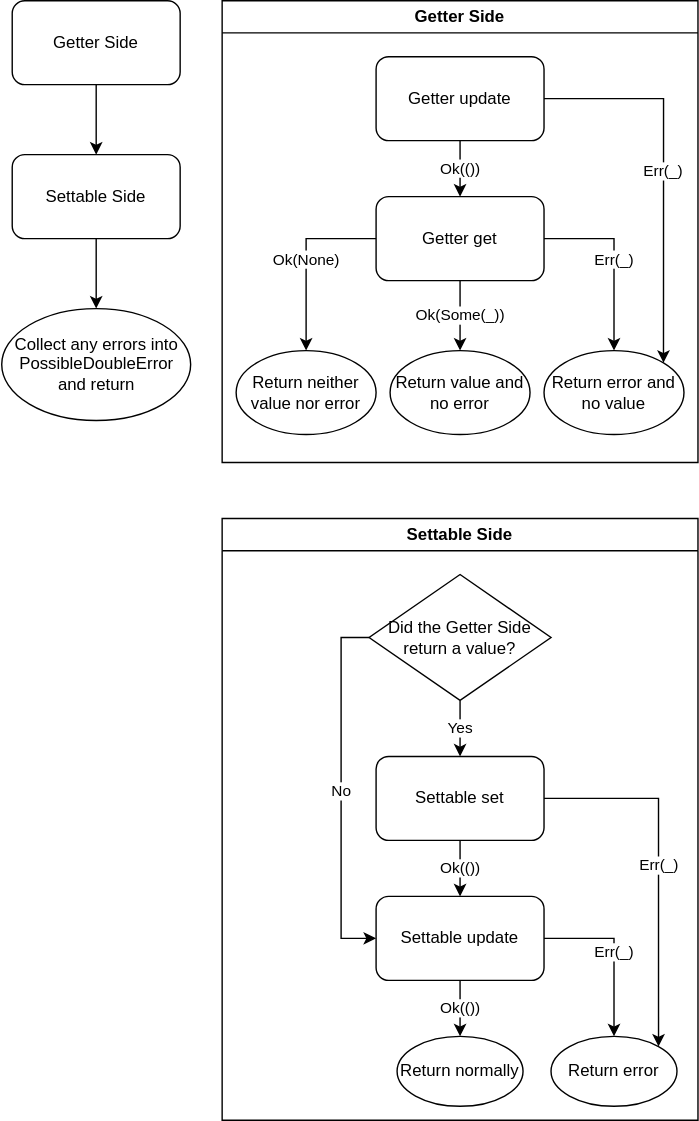
The draw.io diagram feeder-flowchart-2.svg in UxuginPython/rrtk, before a commit. Source tidied: cells renumbered, new cells last; positions are measured from the earlier drawing's top-left corner, leaving out a move shared by most shapes.
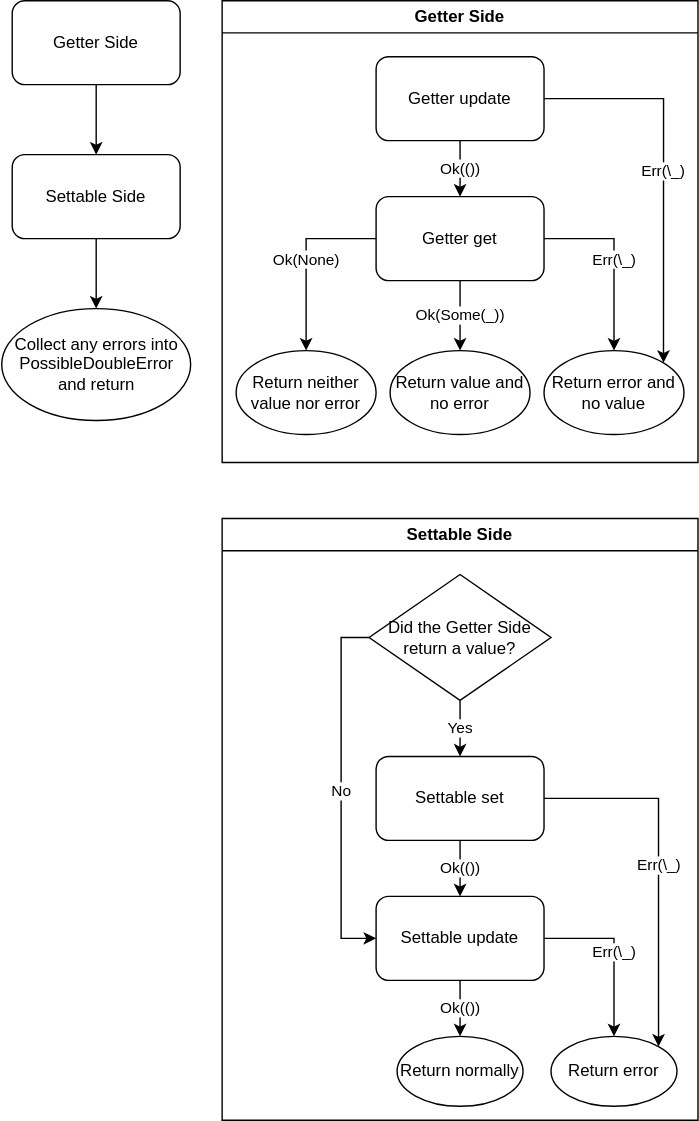
After the commit.

Commit message:
fix rendering that svg by escaping some _s

Change to the diagram source:
```diff
@@ -8,13 +8,13 @@
     <mxCell id="3" value="Ok(())" style="edgeStyle=orthogonalEdgeStyle;rounded=0;jettySize=auto;html=1;" parent="2" edge="1" source="5" target="9">
       <mxGeometry relative="1" as="geometry" />
     </mxCell>
-    <mxCell id="4" value="Err(_)" style="edgeStyle=orthogonalEdgeStyle;rounded=0;jettySize=auto;html=1;exitX=1;exitY=0.5;exitDx=0;exitDy=0;entryX=1;entryY=0;entryDx=0;entryDy=0;" parent="2" edge="1" source="5" target="10">
+    <mxCell id="4" value="Err(\_)" style="edgeStyle=orthogonalEdgeStyle;rounded=0;jettySize=auto;html=1;exitX=1;exitY=0.5;exitDx=0;exitDy=0;entryX=1;entryY=0;entryDx=0;entryDy=0;" parent="2" edge="1" source="5" target="10">
       <mxGeometry relative="1" as="geometry" />
     </mxCell>
     <mxCell id="5" value="Getter update" style="rounded=1;whiteSpace=wrap;html=1;" parent="2" vertex="1">
       <mxGeometry x="110" y="40" width="120" height="60" as="geometry" />
     </mxCell>
-    <mxCell id="6" value="Err(_)" style="edgeStyle=orthogonalEdgeStyle;rounded=0;jettySize=auto;html=1;exitX=1;exitY=0.5;exitDx=0;exitDy=0;entryX=0.5;entryY=0;entryDx=0;entryDy=0;" parent="2" edge="1" source="9" target="10">
+    <mxCell id="6" value="Err(\_)" style="edgeStyle=orthogonalEdgeStyle;rounded=0;jettySize=auto;html=1;exitX=1;exitY=0.5;exitDx=0;exitDy=0;entryX=0.5;entryY=0;entryDx=0;entryDy=0;" parent="2" edge="1" source="9" target="10">
       <mxGeometry relative="1" as="geometry" />
     </mxCell>
     <mxCell id="7" value="Ok(Some(_))" style="edgeStyle=orthogonalEdgeStyle;rounded=0;jettySize=auto;html=1;exitX=0.5;exitY=1;exitDx=0;exitDy=0;entryX=0.5;entryY=0;entryDx=0;entryDy=0;" parent="2" edge="1" source="9" target="12">
@@ -47,7 +47,7 @@
     <mxCell id="16" value="Did the Getter Side return a value?" style="rhombus;whiteSpace=wrap;html=1;" parent="13" vertex="1">
       <mxGeometry x="105" y="40" width="130" height="90" as="geometry" />
     </mxCell>
-    <mxCell id="17" value="Err(_)" style="edgeStyle=orthogonalEdgeStyle;rounded=0;jettySize=auto;html=1;exitX=1;exitY=0.5;exitDx=0;exitDy=0;entryX=0.5;entryY=0;entryDx=0;entryDy=0;" parent="13" edge="1" source="19" target="24">
+    <mxCell id="17" value="Err(\_)" style="edgeStyle=orthogonalEdgeStyle;rounded=0;jettySize=auto;html=1;exitX=1;exitY=0.5;exitDx=0;exitDy=0;entryX=0.5;entryY=0;entryDx=0;entryDy=0;" parent="13" edge="1" source="19" target="24">
       <mxGeometry relative="1" as="geometry" />
     </mxCell>
     <mxCell id="18" value="Ok(())" style="edgeStyle=orthogonalEdgeStyle;rounded=0;jettySize=auto;html=1;" parent="13" edge="1" source="19" target="23">
@@ -59,7 +59,7 @@
     <mxCell id="20" value="Ok(())" style="edgeStyle=orthogonalEdgeStyle;rounded=0;jettySize=auto;html=1;" parent="13" edge="1" source="22" target="19">
       <mxGeometry relative="1" as="geometry" />
     </mxCell>
-    <mxCell id="21" value="Err(_)" style="edgeStyle=orthogonalEdgeStyle;rounded=0;jettySize=auto;html=1;exitX=1;exitY=0.5;exitDx=0;exitDy=0;entryX=1;entryY=0;entryDx=0;entryDy=0;" parent="13" edge="1" source="22" target="24">
+    <mxCell id="21" value="Err(\_)" style="edgeStyle=orthogonalEdgeStyle;rounded=0;jettySize=auto;html=1;exitX=1;exitY=0.5;exitDx=0;exitDy=0;entryX=1;entryY=0;entryDx=0;entryDy=0;" parent="13" edge="1" source="22" target="24">
       <mxGeometry relative="1" as="geometry" />
     </mxCell>
     <mxCell id="22" value="Settable set" style="rounded=1;whiteSpace=wrap;html=1;" parent="13" vertex="1">
```
